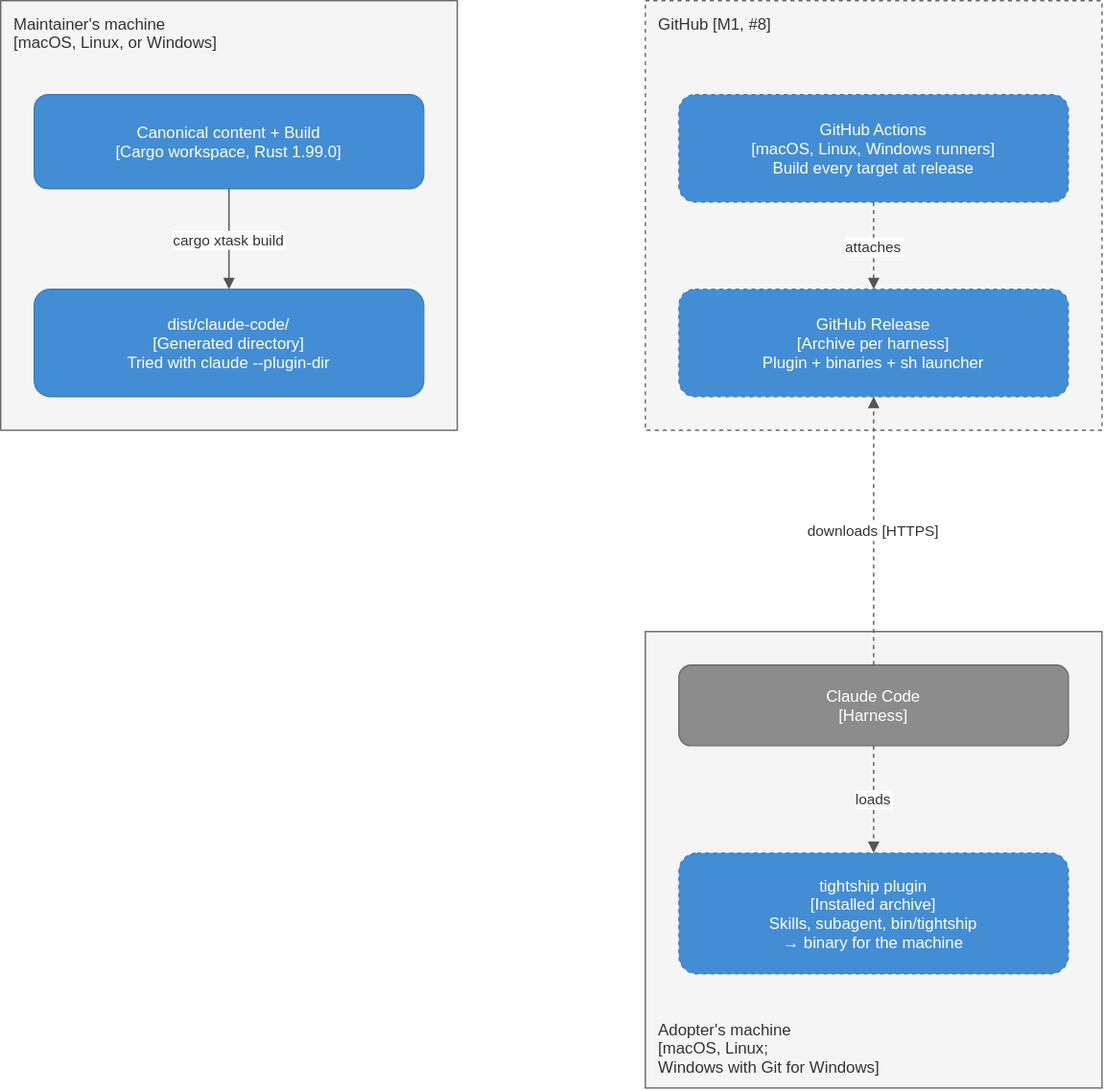
ATNexusLab/tightship keeps this draw.io diagram as docs/architecture/diagrams/deployment.drawio.svg. Above is the earlier version. Source tidied: cells renumbered, new cells last; positions are measured from the earlier drawing's top-left corner, leaving out a move shared by most shapes. The source it was exported from:
```xml
<mxGraphModel background="#ffffff">
  <root>
    <mxCell id="0" />
    <mxCell id="1" parent="0" />
    <mxCell id="2" value="Maintainer's machine&#10;[macOS, Linux, or Windows]" style="rounded=0;fillColor=#f5f5f5;strokeColor=#666666;fontSize=12;fontColor=#333333;verticalAlign=top;align=left;spacingLeft=8;spacingTop=4;html=0;" parent="1" vertex="1">
      <mxGeometry width="340" height="320" as="geometry" />
    </mxCell>
    <mxCell id="3" value="Canonical content + Build&#10;[Cargo workspace, Rust 1.99.0]" style="rounded=1;fillColor=#438dd5;fontColor=#ffffff;strokeColor=#3c7fc0;fontSize=12;html=0;" parent="1" vertex="1">
      <mxGeometry x="25" y="70" width="290" height="70" as="geometry" />
    </mxCell>
    <mxCell id="4" value="dist/claude-code/&#10;[Generated directory]&#10;Tried with claude --plugin-dir" style="rounded=1;fillColor=#438dd5;fontColor=#ffffff;strokeColor=#3c7fc0;fontSize=12;html=0;" parent="1" vertex="1">
      <mxGeometry x="25" y="215" width="290" height="80" as="geometry" />
    </mxCell>
    <mxCell id="5" value="GitHub [M1, #8]" style="rounded=0;fillColor=#f5f5f5;strokeColor=#666666;fontSize=12;fontColor=#333333;verticalAlign=top;align=left;spacingLeft=8;spacingTop=4;html=0;dashed=1;" parent="1" vertex="1">
      <mxGeometry x="480" width="340" height="320" as="geometry" />
    </mxCell>
    <mxCell id="6" value="GitHub Actions&#10;[macOS, Linux, Windows runners]&#10;Build every target at release" style="rounded=1;fillColor=#438dd5;fontColor=#ffffff;strokeColor=#3c7fc0;fontSize=12;html=0;dashed=1;" parent="1" vertex="1">
      <mxGeometry x="505" y="70" width="290" height="80" as="geometry" />
    </mxCell>
    <mxCell id="7" value="GitHub Release&#10;[Archive per harness]&#10;Plugin + binaries + sh launcher" style="rounded=1;fillColor=#438dd5;fontColor=#ffffff;strokeColor=#3c7fc0;fontSize=12;html=0;dashed=1;" parent="1" vertex="1">
      <mxGeometry x="505" y="215" width="290" height="80" as="geometry" />
    </mxCell>
    <mxCell id="8" value="Adopter's machine&#10;[macOS, Linux;&#10;Windows with Git for Windows]" style="rounded=0;fillColor=#f5f5f5;strokeColor=#666666;fontSize=12;fontColor=#333333;verticalAlign=bottom;align=left;spacingLeft=8;spacingBottom=6;html=0;" parent="1" vertex="1">
      <mxGeometry x="480" y="470" width="340" height="340" as="geometry" />
    </mxCell>
    <mxCell id="9" value="Claude Code&#10;[Harness]" style="rounded=1;fillColor=#8c8c8c;fontColor=#ffffff;strokeColor=#6b6b6b;fontSize=12;html=0;" parent="1" vertex="1">
      <mxGeometry x="505" y="495" width="290" height="60" as="geometry" />
    </mxCell>
    <mxCell id="10" value="tightship plugin&#10;[Installed archive]&#10;Skills, subagent, bin/tightship&#10;→ binary for the machine" style="rounded=1;fillColor=#438dd5;fontColor=#ffffff;strokeColor=#3c7fc0;fontSize=12;html=0;dashed=1;" parent="1" vertex="1">
      <mxGeometry x="505" y="635" width="290" height="90" as="geometry" />
    </mxCell>
    <mxCell id="11" value="cargo xtask build" style="endArrow=block;html=0;fontSize=11;fontColor=#333333;strokeColor=#555555;rounded=0;" parent="1" edge="1" source="3" target="4">
      <mxGeometry relative="1" as="geometry" />
    </mxCell>
    <mxCell id="12" value="attaches" style="endArrow=block;html=0;fontSize=11;fontColor=#333333;strokeColor=#555555;rounded=0;dashed=1;" parent="1" edge="1" source="6" target="7">
      <mxGeometry relative="1" as="geometry" />
    </mxCell>
    <mxCell id="13" value="downloads [HTTPS]" style="endArrow=block;html=0;fontSize=11;fontColor=#333333;strokeColor=#555555;rounded=0;dashed=1;" parent="1" edge="1" source="9" target="7">
      <mxGeometry relative="1" as="geometry" />
    </mxCell>
    <mxCell id="14" value="loads" style="endArrow=block;html=0;fontSize=11;fontColor=#333333;strokeColor=#555555;rounded=0;dashed=1;" parent="1" edge="1" source="9" target="10">
      <mxGeometry relative="1" as="geometry" />
    </mxCell>
  </root>
</mxGraphModel>
```
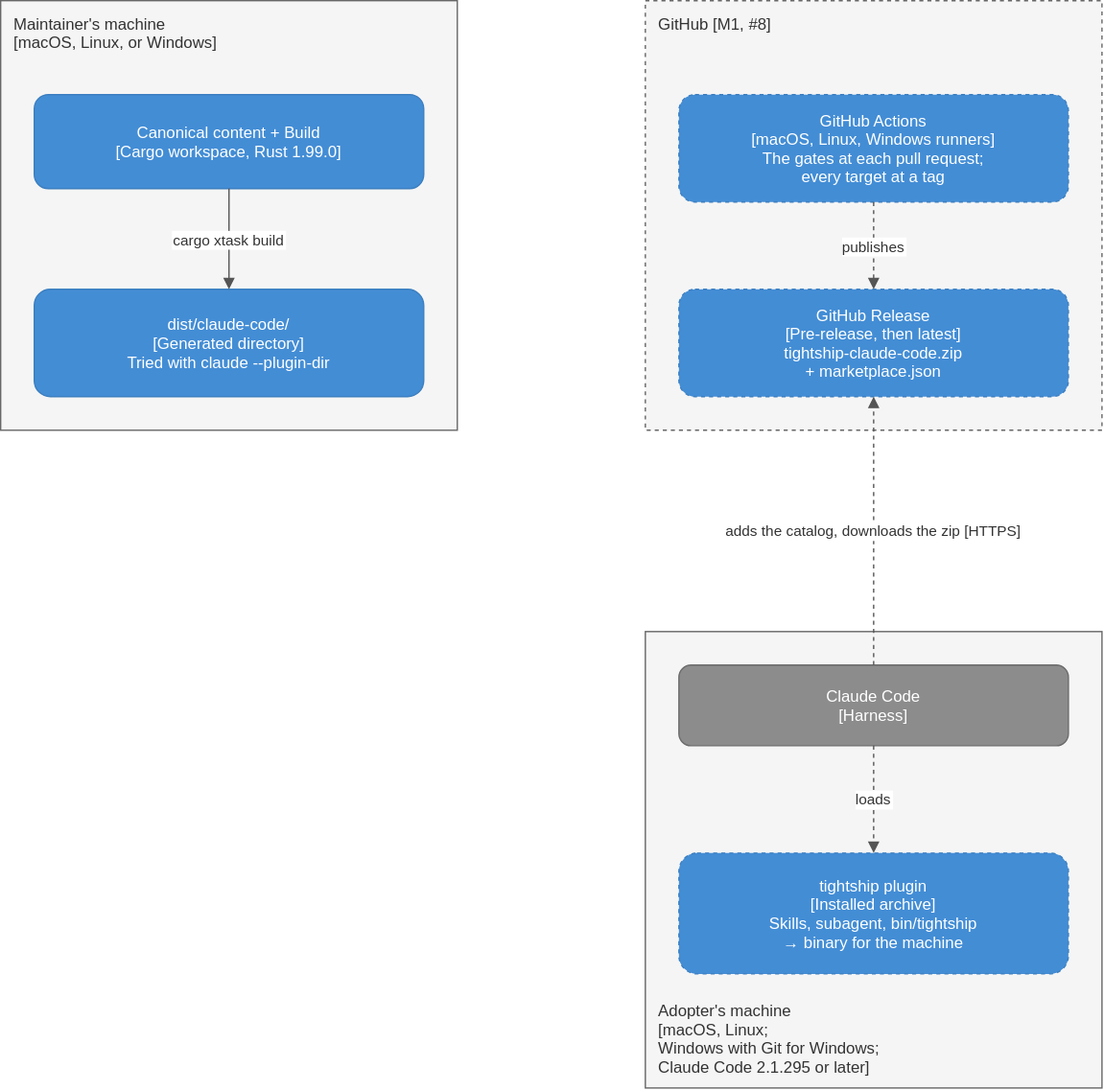
Above is the later version.

Diff of the diagram source:
```diff
@@ -14,13 +14,13 @@
     <mxCell id="5" value="GitHub [M1, #8]" style="rounded=0;fillColor=#f5f5f5;strokeColor=#666666;fontSize=12;fontColor=#333333;verticalAlign=top;align=left;spacingLeft=8;spacingTop=4;html=0;dashed=1;" parent="1" vertex="1">
       <mxGeometry x="480" width="340" height="320" as="geometry" />
     </mxCell>
-    <mxCell id="6" value="GitHub Actions&#10;[macOS, Linux, Windows runners]&#10;Build every target at release" style="rounded=1;fillColor=#438dd5;fontColor=#ffffff;strokeColor=#3c7fc0;fontSize=12;html=0;dashed=1;" parent="1" vertex="1">
+    <mxCell id="6" value="GitHub Actions&#10;[macOS, Linux, Windows runners]&#10;The gates at each pull request;&#10;every target at a tag" style="rounded=1;fillColor=#438dd5;fontColor=#ffffff;strokeColor=#3c7fc0;fontSize=12;html=0;dashed=1;" parent="1" vertex="1">
       <mxGeometry x="505" y="70" width="290" height="80" as="geometry" />
     </mxCell>
-    <mxCell id="7" value="GitHub Release&#10;[Archive per harness]&#10;Plugin + binaries + sh launcher" style="rounded=1;fillColor=#438dd5;fontColor=#ffffff;strokeColor=#3c7fc0;fontSize=12;html=0;dashed=1;" parent="1" vertex="1">
+    <mxCell id="7" value="GitHub Release&#10;[Pre-release, then latest]&#10;tightship-claude-code.zip&#10;+ marketplace.json" style="rounded=1;fillColor=#438dd5;fontColor=#ffffff;strokeColor=#3c7fc0;fontSize=12;html=0;dashed=1;" parent="1" vertex="1">
       <mxGeometry x="505" y="215" width="290" height="80" as="geometry" />
     </mxCell>
-    <mxCell id="8" value="Adopter's machine&#10;[macOS, Linux;&#10;Windows with Git for Windows]" style="rounded=0;fillColor=#f5f5f5;strokeColor=#666666;fontSize=12;fontColor=#333333;verticalAlign=bottom;align=left;spacingLeft=8;spacingBottom=6;html=0;" parent="1" vertex="1">
+    <mxCell id="8" value="Adopter's machine&#10;[macOS, Linux;&#10;Windows with Git for Windows;&#10;Claude Code 2.1.295 or later]" style="rounded=0;fillColor=#f5f5f5;strokeColor=#666666;fontSize=12;fontColor=#333333;verticalAlign=bottom;align=left;spacingLeft=8;spacingBottom=6;html=0;" parent="1" vertex="1">
       <mxGeometry x="480" y="470" width="340" height="340" as="geometry" />
     </mxCell>
     <mxCell id="9" value="Claude Code&#10;[Harness]" style="rounded=1;fillColor=#8c8c8c;fontColor=#ffffff;strokeColor=#6b6b6b;fontSize=12;html=0;" parent="1" vertex="1">
@@ -32,10 +32,10 @@
     <mxCell id="11" value="cargo xtask build" style="endArrow=block;html=0;fontSize=11;fontColor=#333333;strokeColor=#555555;rounded=0;" parent="1" edge="1" source="3" target="4">
       <mxGeometry relative="1" as="geometry" />
     </mxCell>
-    <mxCell id="12" value="attaches" style="endArrow=block;html=0;fontSize=11;fontColor=#333333;strokeColor=#555555;rounded=0;dashed=1;" parent="1" edge="1" source="6" target="7">
+    <mxCell id="12" value="publishes" style="endArrow=block;html=0;fontSize=11;fontColor=#333333;strokeColor=#555555;rounded=0;dashed=1;" parent="1" edge="1" source="6" target="7">
       <mxGeometry relative="1" as="geometry" />
     </mxCell>
-    <mxCell id="13" value="downloads [HTTPS]" style="endArrow=block;html=0;fontSize=11;fontColor=#333333;strokeColor=#555555;rounded=0;dashed=1;" parent="1" edge="1" source="9" target="7">
+    <mxCell id="13" value="adds the catalog, downloads the zip [HTTPS]" style="endArrow=block;html=0;fontSize=11;fontColor=#333333;strokeColor=#555555;rounded=0;dashed=1;" parent="1" edge="1" source="9" target="7">
       <mxGeometry relative="1" as="geometry" />
     </mxCell>
     <mxCell id="14" value="loads" style="endArrow=block;html=0;fontSize=11;fontColor=#333333;strokeColor=#555555;rounded=0;dashed=1;" parent="1" edge="1" source="9" target="10">
```
